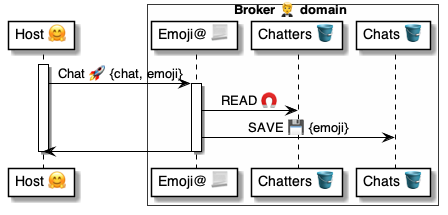
Above: 4 ⚙️ Solution/20 🧑‍🦰 UI/Brokers 🤵/🤵🅰️ Broker methods/Chats 💬 Emoji 🤗🚀🤵/🤵 Emoji ⚙️ uml.png in pollyweb-org/pollyweb-docs (PlantUML), before the change. Its source is kept beside it as 4 ⚙️ Solution/20 🧑‍🦰 UI/Brokers 🤵/🤵🅰️ Broker methods/Chats 💬 Emoji 🤗🚀🤵/🤵 Emoji ⚙️ uml.puml.
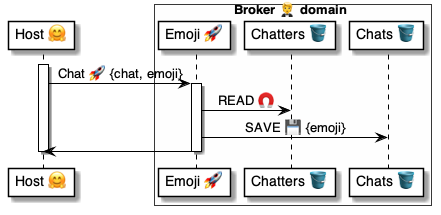
The same diagram one commit later.

Diff of the diagram source:
```diff
@@ -4,7 +4,7 @@
 participant "Host 🤗" as host
 
 box Broker 🤵 domain #FFFFFA
-    participant "Emoji@ 📃" as broker
+    participant "Emoji 🚀" as broker
     participant "Chatters 🪣" as chatters
     participant "Chats 🪣" as chats
 end box
```
